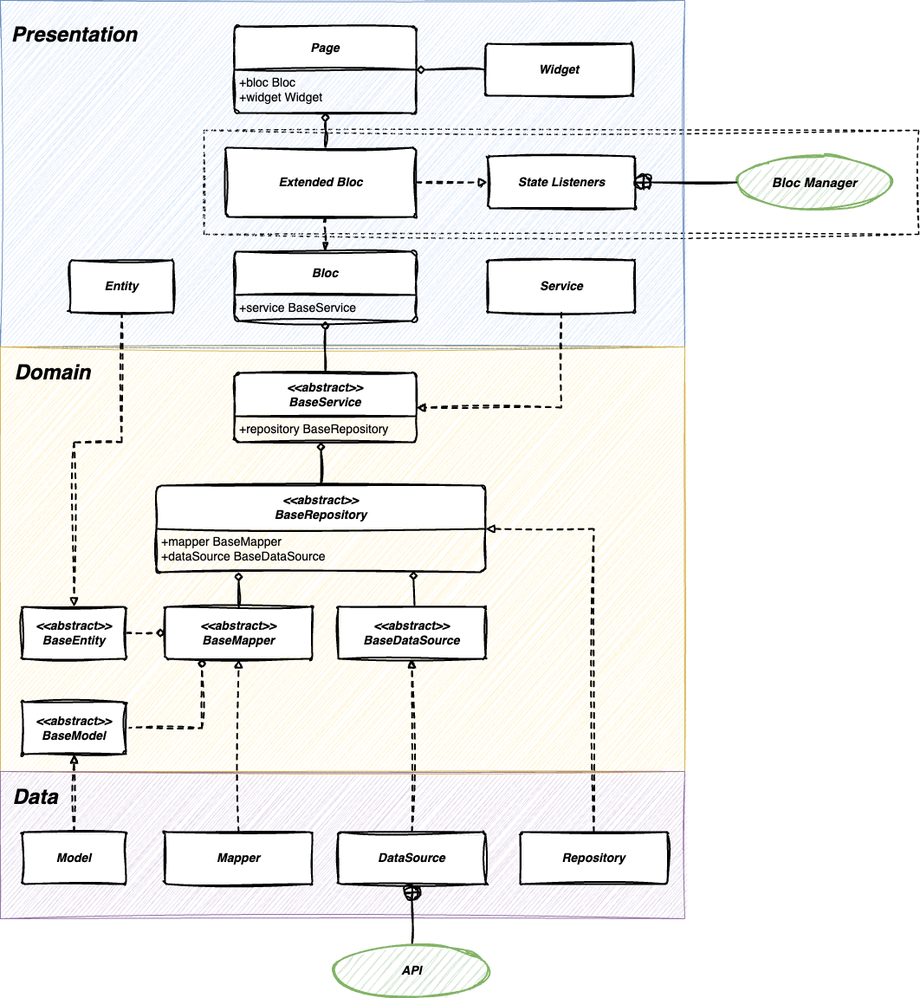
Earlier version of the draw.io export architecture.drawio.png (hamed-rezaee/flutter_component_architecture_poc). Source tidied: cells renumbered, new cells last; positions are measured from the earlier drawing's top-left corner, leaving out a move shared by most shapes.
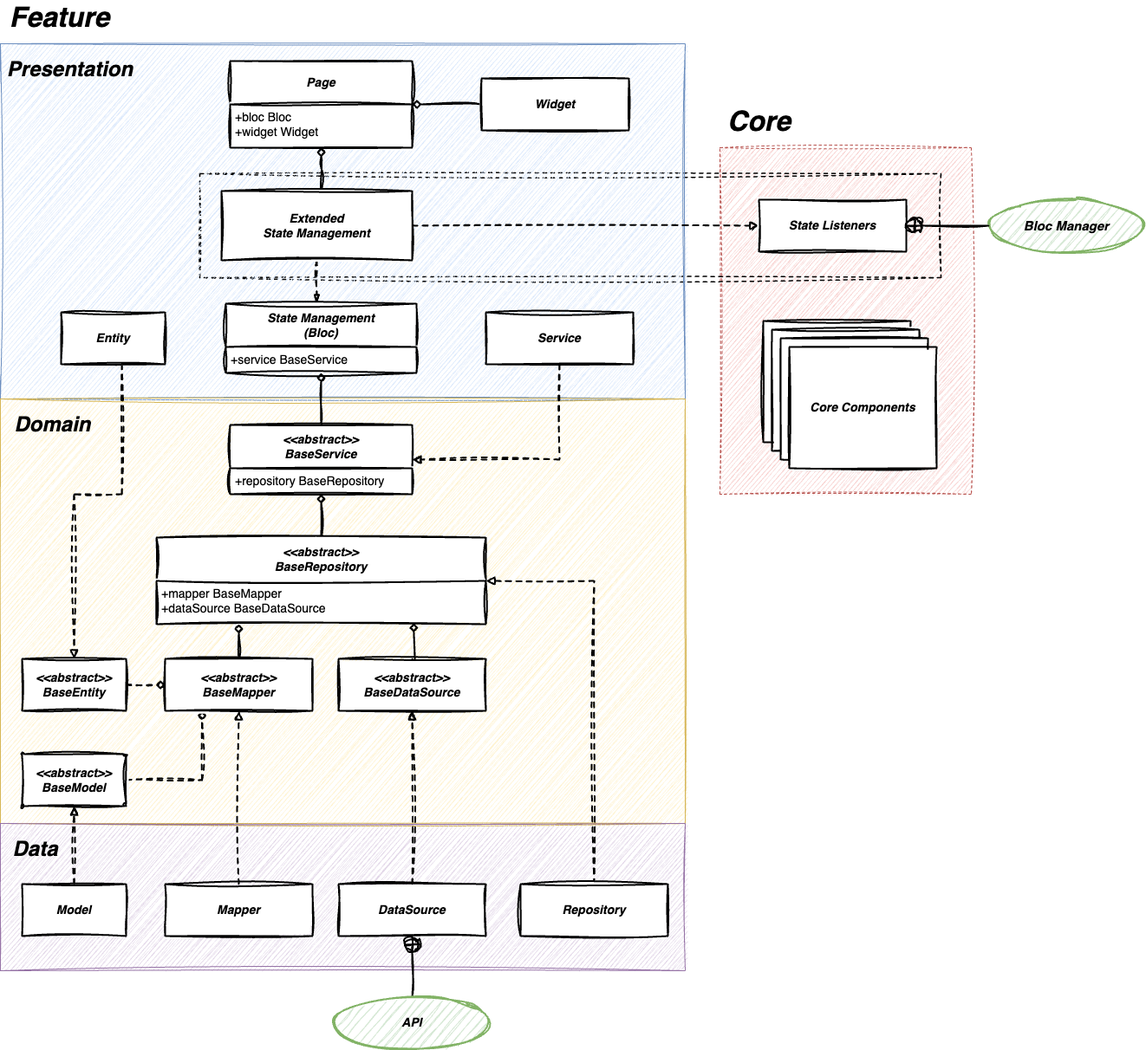
After the commit.

The edit, as a diff of the source:
```diff
@@ -4,7 +4,10 @@
     <mxCell id="1" parent="0" />
+    <mxCell id="50" style="rounded=0;whiteSpace=wrap;html=1;fillColor=#f8cecc;strokeColor=#b85450;sketch=1;curveFitting=1;jiggle=2;dashed=1;" parent="1" vertex="1">
+      <mxGeometry x="830" y="110" width="290" height="400" as="geometry" />
+    </mxCell>
     <mxCell id="2" style="rounded=0;whiteSpace=wrap;html=1;dashed=1;shadow=0;glass=0;fillColor=none;sketch=1;curveFitting=1;jiggle=2;strokeWidth=1.5;perimeterSpacing=1;strokeColor=#000000;" parent="1" vertex="1">
-      <mxGeometry x="235" y="150" width="825" height="120" as="geometry" />
+      <mxGeometry x="230" y="140" width="855" height="120" as="geometry" />
     </mxCell>
     <mxCell id="3" style="rounded=0;whiteSpace=wrap;html=1;fillColor=#dae8fc;strokeColor=#6c8ebf;sketch=1;curveFitting=1;jiggle=2;" parent="1" vertex="1">
-      <mxGeometry width="790" height="400" as="geometry" />
+      <mxGeometry y="-10" width="790" height="410" as="geometry" />
     </mxCell>
@@ -25,3 +28,3 @@
     </mxCell>
-    <mxCell id="9" value="&lt;b style=&quot;border-color: var(--border-color);&quot;&gt;&lt;i style=&quot;border-color: var(--border-color);&quot;&gt;&amp;lt;&amp;lt;abstract&amp;gt;&amp;gt;&lt;br&gt;&lt;/i&gt;&lt;/b&gt;&lt;b&gt;&lt;i&gt;&lt;font style=&quot;font-size: 14px;&quot;&gt;BaseEntity&lt;/font&gt;&lt;/i&gt;&lt;/b&gt;" style="rounded=1;whiteSpace=wrap;html=1;sketch=1;curveFitting=1;jiggle=2;fontSize=14;fontStyle=0;startSize=50;strokeWidth=2;shadow=0;dashed=0;arcSize=4;" parent="1" vertex="1">
+    <mxCell id="9" value="&lt;b style=&quot;border-color: var(--border-color);&quot;&gt;&lt;i style=&quot;border-color: var(--border-color);&quot;&gt;&amp;lt;&amp;lt;abstract&amp;gt;&amp;gt;&lt;br&gt;&lt;/i&gt;&lt;/b&gt;&lt;b&gt;&lt;i&gt;&lt;font style=&quot;font-size: 14px;&quot;&gt;BaseEntity&lt;/font&gt;&lt;/i&gt;&lt;/b&gt;" style="rounded=0;whiteSpace=wrap;html=1;sketch=1;curveFitting=1;jiggle=2;fontSize=14;fontStyle=0;startSize=50;strokeWidth=2;shadow=0;dashed=0;arcSize=4;" parent="1" vertex="1">
       <mxGeometry x="25" y="700" width="120" height="60" as="geometry" />
@@ -35,3 +38,3 @@
     </mxCell>
-    <mxCell id="11" value="&lt;b&gt;&lt;i&gt;&lt;font style=&quot;font-size: 14px;&quot;&gt;&amp;lt;&amp;lt;abstract&amp;gt;&amp;gt;&lt;br&gt;BaseMapper&lt;br&gt;&lt;/font&gt;&lt;/i&gt;&lt;/b&gt;" style="rounded=1;whiteSpace=wrap;html=1;sketch=1;curveFitting=1;jiggle=2;fontSize=14;fontStyle=0;startSize=50;strokeWidth=2;shadow=0;dashed=0;arcSize=4;" parent="1" vertex="1">
+    <mxCell id="11" value="&lt;b&gt;&lt;i&gt;&lt;font style=&quot;font-size: 14px;&quot;&gt;&amp;lt;&amp;lt;abstract&amp;gt;&amp;gt;&lt;br&gt;BaseMapper&lt;br&gt;&lt;/font&gt;&lt;/i&gt;&lt;/b&gt;" style="rounded=0;whiteSpace=wrap;html=1;sketch=1;curveFitting=1;jiggle=2;fontSize=14;fontStyle=0;startSize=50;strokeWidth=2;shadow=0;dashed=0;arcSize=4;" parent="1" vertex="1">
       <mxGeometry x="190" y="700" width="170" height="60" as="geometry" />
@@ -41,3 +44,3 @@
     </mxCell>
-    <mxCell id="13" value="&lt;b&gt;&lt;i&gt;&lt;font style=&quot;font-size: 14px;&quot;&gt;Mapper&lt;br&gt;&lt;/font&gt;&lt;/i&gt;&lt;/b&gt;" style="rounded=1;whiteSpace=wrap;html=1;sketch=1;curveFitting=1;jiggle=2;fontSize=14;fontStyle=0;startSize=50;strokeWidth=2;shadow=0;dashed=0;arcSize=4;" parent="1" vertex="1">
+    <mxCell id="13" value="&lt;b&gt;&lt;i&gt;&lt;font style=&quot;font-size: 14px;&quot;&gt;Mapper&lt;br&gt;&lt;/font&gt;&lt;/i&gt;&lt;/b&gt;" style="rounded=0;whiteSpace=wrap;html=1;sketch=1;curveFitting=1;jiggle=2;fontSize=14;fontStyle=0;startSize=50;strokeWidth=2;shadow=0;dashed=0;arcSize=4;" parent="1" vertex="1">
       <mxGeometry x="190" y="960" width="170" height="60" as="geometry" />
@@ -51,3 +54,3 @@
     </mxCell>
-    <mxCell id="15" value="&lt;b&gt;&lt;i&gt;&lt;font style=&quot;font-size: 14px;&quot;&gt;&amp;lt;&amp;lt;abstract&amp;gt;&amp;gt;&lt;br&gt;BaseDataSource&lt;br&gt;&lt;/font&gt;&lt;/i&gt;&lt;/b&gt;" style="rounded=1;whiteSpace=wrap;html=1;sketch=1;curveFitting=1;jiggle=2;fontSize=14;fontStyle=0;startSize=50;strokeWidth=2;shadow=0;dashed=0;arcSize=4;" parent="1" vertex="1">
+    <mxCell id="15" value="&lt;b&gt;&lt;i&gt;&lt;font style=&quot;font-size: 14px;&quot;&gt;&amp;lt;&amp;lt;abstract&amp;gt;&amp;gt;&lt;br&gt;BaseDataSource&lt;br&gt;&lt;/font&gt;&lt;/i&gt;&lt;/b&gt;" style="rounded=0;whiteSpace=wrap;html=1;sketch=1;curveFitting=1;jiggle=2;fontSize=14;fontStyle=0;startSize=50;strokeWidth=2;shadow=0;dashed=0;arcSize=4;" parent="1" vertex="1">
       <mxGeometry x="390" y="700" width="170" height="60" as="geometry" />
@@ -57,3 +60,3 @@
     </mxCell>
-    <mxCell id="17" value="&lt;b&gt;&lt;i&gt;&lt;font style=&quot;font-size: 14px;&quot;&gt;DataSource&lt;br&gt;&lt;/font&gt;&lt;/i&gt;&lt;/b&gt;" style="rounded=1;whiteSpace=wrap;html=1;sketch=1;curveFitting=1;jiggle=2;fontSize=14;fontStyle=0;startSize=50;strokeWidth=2;shadow=0;dashed=0;arcSize=4;" parent="1" vertex="1">
+    <mxCell id="17" value="&lt;b&gt;&lt;i&gt;&lt;font style=&quot;font-size: 14px;&quot;&gt;DataSource&lt;br&gt;&lt;/font&gt;&lt;/i&gt;&lt;/b&gt;" style="rounded=0;whiteSpace=wrap;html=1;sketch=1;curveFitting=1;jiggle=2;fontSize=14;fontStyle=0;startSize=50;strokeWidth=2;shadow=0;dashed=0;arcSize=4;" parent="1" vertex="1">
       <mxGeometry x="390" y="960" width="170" height="60" as="geometry" />
@@ -68,6 +71,6 @@
     </mxCell>
-    <mxCell id="19" value="&lt;b style=&quot;border-color: var(--border-color); font-size: 12px;&quot;&gt;&lt;i style=&quot;border-color: var(--border-color);&quot;&gt;&lt;font style=&quot;border-color: var(--border-color); font-size: 14px;&quot;&gt;&amp;lt;&amp;lt;abstract&amp;gt;&amp;gt;&lt;br style=&quot;border-color: var(--border-color);&quot;&gt;BaseRepository&lt;/font&gt;&lt;/i&gt;&lt;/b&gt;" style="swimlane;horizontal=1;startSize=50;rounded=1;fontSize=14;fontStyle=0;strokeWidth=2;shadow=0;dashed=0;align=center;arcSize=4;whiteSpace=wrap;html=1;fillStyle=auto;sketch=1;curveFitting=1;jiggle=2;" parent="1" vertex="1">
+    <mxCell id="19" value="&lt;b style=&quot;border-color: var(--border-color); font-size: 12px;&quot;&gt;&lt;i style=&quot;border-color: var(--border-color);&quot;&gt;&lt;font style=&quot;border-color: var(--border-color); font-size: 14px;&quot;&gt;&amp;lt;&amp;lt;abstract&amp;gt;&amp;gt;&lt;br style=&quot;border-color: var(--border-color);&quot;&gt;BaseRepository&lt;/font&gt;&lt;/i&gt;&lt;/b&gt;" style="swimlane;horizontal=1;startSize=50;rounded=0;fontSize=14;fontStyle=0;strokeWidth=2;shadow=0;dashed=0;align=center;arcSize=4;whiteSpace=wrap;html=1;fillStyle=auto;sketch=1;curveFitting=1;jiggle=2;swimlaneFillColor=default;swimlaneLine=1;glass=0;fontColor=default;strokeColor=default;fillColor=default;" parent="1" vertex="1">
       <mxGeometry x="180" y="560" width="380" height="100" as="geometry" />
     </mxCell>
-    <mxCell id="20" value="&lt;font style=&quot;font-size: 14px;&quot;&gt;+mapper BaseMapper&lt;br&gt;+dataSource BaseDataSource&lt;/font&gt;" style="align=left;strokeColor=none;fillColor=none;spacingLeft=4;fontSize=12;verticalAlign=top;html=1;sketch=1;curveFitting=1;jiggle=2;" parent="19" vertex="1">
+    <mxCell id="20" value="&lt;font style=&quot;font-size: 14px;&quot;&gt;+mapper BaseMapper&lt;br&gt;+dataSource BaseDataSource&lt;/font&gt;" style="align=left;strokeColor=none;fillColor=none;spacingLeft=4;fontSize=12;verticalAlign=top;html=1;sketch=1;curveFitting=1;jiggle=2;fontColor=default;labelBackgroundColor=none;" parent="19" vertex="1">
       <mxGeometry y="50" width="380" height="50" as="geometry" />
@@ -77,4 +80,4 @@
     </mxCell>
-    <mxCell id="22" value="&lt;b style=&quot;border-color: var(--border-color); font-size: 12px;&quot;&gt;&lt;i style=&quot;border-color: var(--border-color);&quot;&gt;&lt;font style=&quot;border-color: var(--border-color); font-size: 14px;&quot;&gt;&amp;lt;&amp;lt;abstract&amp;gt;&amp;gt;&lt;br style=&quot;border-color: var(--border-color);&quot;&gt;BaseService&lt;/font&gt;&lt;/i&gt;&lt;/b&gt;" style="swimlane;horizontal=1;startSize=50;rounded=1;fontSize=14;fontStyle=0;strokeWidth=2;shadow=0;dashed=0;align=center;arcSize=4;whiteSpace=wrap;html=1;sketch=1;curveFitting=1;jiggle=2;" parent="1" vertex="1">
-      <mxGeometry x="270" y="430" width="210" height="80" as="geometry" />
+    <mxCell id="22" value="&lt;b style=&quot;border-color: var(--border-color); font-size: 12px;&quot;&gt;&lt;i style=&quot;border-color: var(--border-color);&quot;&gt;&lt;font style=&quot;border-color: var(--border-color); font-size: 14px;&quot;&gt;&amp;lt;&amp;lt;abstract&amp;gt;&amp;gt;&lt;br style=&quot;border-color: var(--border-color);&quot;&gt;BaseService&lt;/font&gt;&lt;/i&gt;&lt;/b&gt;" style="swimlane;horizontal=1;startSize=50;rounded=0;fontSize=14;fontStyle=0;strokeWidth=2;shadow=0;dashed=0;align=center;arcSize=4;whiteSpace=wrap;html=1;sketch=1;curveFitting=1;jiggle=2;swimlaneFillColor=default;" parent="1" vertex="1">
+      <mxGeometry x="265" y="430" width="210" height="80" as="geometry" />
     </mxCell>
@@ -86,3 +89,3 @@
     </mxCell>
-    <mxCell id="25" value="&lt;b&gt;&lt;i&gt;&lt;font style=&quot;font-size: 14px;&quot;&gt;Repository&lt;br&gt;&lt;/font&gt;&lt;/i&gt;&lt;/b&gt;" style="rounded=1;whiteSpace=wrap;html=1;sketch=1;curveFitting=1;jiggle=2;fontSize=14;fontStyle=0;startSize=50;strokeWidth=2;shadow=0;dashed=0;arcSize=4;" parent="1" vertex="1">
+    <mxCell id="25" value="&lt;b&gt;&lt;i&gt;&lt;font style=&quot;font-size: 14px;&quot;&gt;Repository&lt;br&gt;&lt;/font&gt;&lt;/i&gt;&lt;/b&gt;" style="rounded=0;whiteSpace=wrap;html=1;sketch=1;curveFitting=1;jiggle=2;fontSize=14;fontStyle=0;startSize=50;strokeWidth=2;shadow=0;dashed=0;arcSize=4;" parent="1" vertex="1">
       <mxGeometry x="600" y="960" width="170" height="60" as="geometry" />
@@ -92,10 +95,10 @@
     </mxCell>
-    <mxCell id="27" value="&lt;b&gt;&lt;i&gt;&lt;font style=&quot;font-size: 14px;&quot;&gt;Service&lt;br&gt;&lt;/font&gt;&lt;/i&gt;&lt;/b&gt;" style="rounded=1;whiteSpace=wrap;html=1;sketch=1;curveFitting=1;jiggle=2;fontSize=14;fontStyle=0;startSize=50;strokeWidth=2;shadow=0;dashed=0;arcSize=4;" parent="1" vertex="1">
-      <mxGeometry x="562.5" y="300" width="170" height="60" as="geometry" />
+    <mxCell id="27" value="&lt;b&gt;&lt;i&gt;&lt;font style=&quot;font-size: 14px;&quot;&gt;Service&lt;br&gt;&lt;/font&gt;&lt;/i&gt;&lt;/b&gt;" style="rounded=0;whiteSpace=wrap;html=1;sketch=1;curveFitting=1;jiggle=2;fontSize=14;fontStyle=0;startSize=50;strokeWidth=2;shadow=0;dashed=0;arcSize=4;" parent="1" vertex="1">
+      <mxGeometry x="560" y="300" width="170" height="60" as="geometry" />
     </mxCell>
-    <mxCell id="28" value="&lt;b&gt;&lt;i&gt;Bloc&lt;/i&gt;&lt;/b&gt;" style="swimlane;horizontal=1;startSize=50;rounded=1;fontSize=14;fontStyle=0;strokeWidth=2;shadow=0;dashed=0;align=center;arcSize=4;whiteSpace=wrap;html=1;sketch=1;curveFitting=1;jiggle=2;" parent="1" vertex="1">
-      <mxGeometry x="270" y="290" width="210" height="80" as="geometry" />
+    <mxCell id="28" value="&lt;b&gt;&lt;i&gt;State&amp;nbsp;Management&lt;br&gt;(Bloc)&lt;br&gt;&lt;/i&gt;&lt;/b&gt;" style="swimlane;horizontal=1;startSize=50;rounded=0;fontSize=14;fontStyle=0;strokeWidth=2;shadow=0;dashed=0;align=center;arcSize=4;whiteSpace=wrap;html=1;sketch=1;curveFitting=1;jiggle=2;swimlaneFillColor=default;labelBorderColor=none;fillColor=default;" parent="1" vertex="1">
+      <mxGeometry x="260" y="290" width="220" height="80" as="geometry" />
     </mxCell>
     <mxCell id="29" value="&lt;font style=&quot;font-size: 14px;&quot;&gt;+service BaseService&lt;/font&gt;" style="align=left;strokeColor=none;fillColor=none;spacingLeft=4;fontSize=12;verticalAlign=top;html=1;sketch=1;curveFitting=1;jiggle=2;" parent="28" vertex="1">
-      <mxGeometry y="50" width="210" height="30" as="geometry" />
+      <mxGeometry y="50" width="220" height="30" as="geometry" />
     </mxCell>
@@ -104,7 +107,7 @@
     </mxCell>
-    <mxCell id="31" value="&lt;b&gt;&lt;i&gt;&lt;font style=&quot;font-size: 14px;&quot;&gt;Widget&lt;br&gt;&lt;/font&gt;&lt;/i&gt;&lt;/b&gt;" style="rounded=1;whiteSpace=wrap;html=1;sketch=1;curveFitting=1;jiggle=2;fontSize=14;fontStyle=0;startSize=50;strokeWidth=2;shadow=0;dashed=0;arcSize=4;" parent="1" vertex="1">
-      <mxGeometry x="560" y="50" width="170" height="60" as="geometry" />
+    <mxCell id="31" value="&lt;b&gt;&lt;i&gt;&lt;font style=&quot;font-size: 14px;&quot;&gt;Widget&lt;br&gt;&lt;/font&gt;&lt;/i&gt;&lt;/b&gt;" style="rounded=0;whiteSpace=wrap;html=1;sketch=1;curveFitting=1;jiggle=2;fontSize=14;fontStyle=0;startSize=50;strokeWidth=2;shadow=0;dashed=0;arcSize=4;" parent="1" vertex="1">
+      <mxGeometry x="555" y="30" width="170" height="60" as="geometry" />
     </mxCell>
-    <mxCell id="32" value="&lt;b&gt;&lt;i&gt;Page&lt;/i&gt;&lt;/b&gt;" style="swimlane;horizontal=1;startSize=50;rounded=1;fontSize=14;fontStyle=0;strokeWidth=2;shadow=0;dashed=0;align=center;arcSize=4;whiteSpace=wrap;html=1;sketch=1;curveFitting=1;jiggle=2;" parent="1" vertex="1">
-      <mxGeometry x="270" y="30" width="210" height="100" as="geometry" />
+    <mxCell id="32" value="&lt;b&gt;&lt;i&gt;Page&lt;/i&gt;&lt;/b&gt;" style="swimlane;horizontal=1;startSize=50;rounded=0;fontSize=14;fontStyle=0;strokeWidth=2;shadow=0;dashed=0;align=center;arcSize=4;whiteSpace=wrap;html=1;sketch=1;curveFitting=1;jiggle=2;swimlaneFillColor=default;" parent="1" vertex="1">
+      <mxGeometry x="265" y="10" width="210" height="100" as="geometry" />
     </mxCell>
@@ -114,3 +117,3 @@
     <mxCell id="34" value="Presentation" style="text;strokeColor=none;fillColor=none;html=1;fontSize=24;fontStyle=3;verticalAlign=middle;align=center;sketch=1;curveFitting=1;jiggle=2;" parent="1" vertex="1">
-      <mxGeometry x="5" y="20" width="160" height="40" as="geometry" />
+      <mxGeometry width="160" height="40" as="geometry" />
     </mxCell>
@@ -130,15 +133,18 @@
       <mxGeometry relative="1" as="geometry">
-        <mxPoint x="375" y="170" as="sourcePoint" />
+        <mxPoint x="370" y="160" as="sourcePoint" />
       </mxGeometry>
     </mxCell>
-    <mxCell id="40" style="edgeStyle=orthogonalEdgeStyle;rounded=0;jettySize=auto;html=1;exitX=0.5;exitY=1;exitDx=0;exitDy=0;entryX=0.5;entryY=0;entryDx=0;entryDy=0;endArrow=blockThin;endFill=1;sketch=1;curveFitting=1;jiggle=2;dashed=1;strokeWidth=2;" parent="1" edge="1" target="28">
+    <mxCell id="40" style="edgeStyle=orthogonalEdgeStyle;rounded=0;jettySize=auto;html=1;exitX=0.5;exitY=1;exitDx=0;exitDy=0;endArrow=blockThin;endFill=1;sketch=1;curveFitting=1;jiggle=2;dashed=1;strokeWidth=2;" parent="1" edge="1" source="41">
       <mxGeometry relative="1" as="geometry">
-        <mxPoint x="375" y="250" as="sourcePoint" />
+        <mxPoint x="365" y="290" as="targetPoint" />
+        <Array as="points">
+          <mxPoint x="365" y="290" />
+        </Array>
       </mxGeometry>
     </mxCell>
-    <mxCell id="41" value="&lt;span&gt;&lt;span&gt;&lt;font style=&quot;font-size: 14px;&quot;&gt;&lt;b&gt;&lt;i&gt;Extended Bloc&lt;/i&gt;&lt;/b&gt;&lt;br&gt;&lt;/font&gt;&lt;/span&gt;&lt;/span&gt;" style="rounded=1;whiteSpace=wrap;html=1;fontStyle=0;sketch=1;curveFitting=1;jiggle=2;fontSize=14;startSize=50;strokeWidth=2;shadow=0;dashed=0;arcSize=4;" parent="1" vertex="1">
-      <mxGeometry x="260" y="170" width="220" height="80" as="geometry" />
+    <mxCell id="41" value="&lt;span&gt;&lt;span&gt;&lt;font style=&quot;&quot;&gt;&lt;b style=&quot;font-size: 14px;&quot;&gt;&lt;i&gt;Extended&lt;br&gt;State&amp;nbsp;&lt;/i&gt;&lt;/b&gt;&lt;b&gt;&lt;i&gt;Management&lt;/i&gt;&lt;/b&gt;&lt;br&gt;&lt;/font&gt;&lt;/span&gt;&lt;/span&gt;" style="rounded=0;whiteSpace=wrap;html=1;fontStyle=0;sketch=1;curveFitting=1;jiggle=2;fontSize=14;startSize=50;strokeWidth=2;shadow=0;dashed=0;arcSize=4;" parent="1" vertex="1">
+      <mxGeometry x="255" y="160" width="220" height="80" as="geometry" />
     </mxCell>
     <mxCell id="42" value="&lt;font style=&quot;font-size: 15px;&quot;&gt;&lt;i&gt;Bloc Manager&lt;/i&gt;&lt;/font&gt;" style="ellipse;whiteSpace=wrap;html=1;fontStyle=1;fontSize=12;fillColor=#d5e8d4;strokeColor=#82b366;sketch=1;curveFitting=1;jiggle=2;strokeWidth=2;" parent="1" vertex="1">
-      <mxGeometry x="850" y="180" width="180" height="60" as="geometry" />
+      <mxGeometry x="1140" y="170" width="180" height="60" as="geometry" />
     </mxCell>
@@ -147,4 +153,4 @@
     </mxCell>
-    <mxCell id="44" value="&lt;b&gt;&lt;i&gt;&lt;font style=&quot;font-size: 14px;&quot;&gt;State Listeners&lt;br&gt;&lt;/font&gt;&lt;/i&gt;&lt;/b&gt;" style="rounded=1;whiteSpace=wrap;html=1;sketch=1;curveFitting=1;jiggle=2;fontSize=14;fontStyle=0;startSize=50;strokeWidth=2;shadow=0;dashed=0;arcSize=4;" parent="1" vertex="1">
-      <mxGeometry x="562.5" y="180" width="170" height="60" as="geometry" />
+    <mxCell id="44" value="&lt;b&gt;&lt;i&gt;&lt;font style=&quot;font-size: 14px;&quot;&gt;State Listeners&lt;br&gt;&lt;/font&gt;&lt;/i&gt;&lt;/b&gt;" style="rounded=0;whiteSpace=wrap;html=1;sketch=1;curveFitting=1;jiggle=2;fontSize=14;fontStyle=0;startSize=50;strokeWidth=2;shadow=0;dashed=0;arcSize=4;" parent="1" vertex="1">
+      <mxGeometry x="875" y="170" width="170" height="60" as="geometry" />
     </mxCell>
@@ -156,3 +162,3 @@
     </mxCell>
-    <mxCell id="47" value="&lt;b&gt;&lt;i&gt;&lt;font style=&quot;font-size: 14px;&quot;&gt;Model&lt;/font&gt;&lt;/i&gt;&lt;/b&gt;" style="rounded=1;whiteSpace=wrap;html=1;sketch=1;curveFitting=1;jiggle=2;fontSize=14;fontStyle=0;startSize=50;strokeWidth=2;shadow=0;dashed=0;arcSize=4;" parent="1" vertex="1">
+    <mxCell id="47" value="&lt;b&gt;&lt;i&gt;&lt;font style=&quot;font-size: 14px;&quot;&gt;Model&lt;/font&gt;&lt;/i&gt;&lt;/b&gt;" style="rounded=0;whiteSpace=wrap;html=1;sketch=1;curveFitting=1;jiggle=2;fontSize=14;fontStyle=0;startSize=50;strokeWidth=2;shadow=0;dashed=0;arcSize=4;" parent="1" vertex="1">
       <mxGeometry x="25" y="960" width="120" height="60" as="geometry" />
@@ -167,5 +173,23 @@
     </mxCell>
-    <mxCell id="49" value="&lt;b&gt;&lt;i&gt;&lt;font style=&quot;font-size: 14px;&quot;&gt;Entity&lt;br&gt;&lt;/font&gt;&lt;/i&gt;&lt;/b&gt;" style="rounded=1;whiteSpace=wrap;html=1;sketch=1;curveFitting=1;jiggle=2;fontSize=14;fontStyle=0;startSize=50;strokeWidth=2;shadow=0;dashed=0;arcSize=4;" parent="1" vertex="1">
-      <mxGeometry x="80" y="300" width="120" height="60" as="geometry" />
+    <mxCell id="49" value="&lt;b&gt;&lt;i&gt;&lt;font style=&quot;font-size: 14px;&quot;&gt;Entity&lt;br&gt;&lt;/font&gt;&lt;/i&gt;&lt;/b&gt;" style="rounded=0;whiteSpace=wrap;html=1;sketch=1;curveFitting=1;jiggle=2;fontSize=14;fontStyle=0;startSize=50;strokeWidth=2;shadow=0;dashed=0;arcSize=4;" parent="1" vertex="1">
+      <mxGeometry x="70" y="300" width="120" height="60" as="geometry" />
     </mxCell>
+    <mxCell id="51" value="&lt;font style=&quot;font-size: 32px;&quot;&gt;Core&lt;/font&gt;" style="text;strokeColor=none;fillColor=none;html=1;fontSize=24;fontStyle=3;verticalAlign=middle;align=center;sketch=1;curveFitting=1;jiggle=2;" parent="1" vertex="1">
+      <mxGeometry x="840" y="60" width="70" height="40" as="geometry" />
+    </mxCell>
+    <mxCell id="52" value="&lt;b&gt;&lt;i&gt;&lt;font style=&quot;font-size: 14px;&quot;&gt;Other&lt;br&gt;Core Components&lt;br&gt;&lt;/font&gt;&lt;/i&gt;&lt;/b&gt;" style="rounded=0;whiteSpace=wrap;html=1;sketch=1;curveFitting=1;jiggle=2;fontSize=14;fontStyle=0;startSize=50;strokeWidth=2;shadow=0;dashed=0;arcSize=4;" parent="1" vertex="1">
+      <mxGeometry x="880" y="310" width="170" height="140" as="geometry" />
+    </mxCell>
+    <mxCell id="53" value="&lt;b&gt;&lt;i&gt;&lt;font style=&quot;font-size: 14px;&quot;&gt;Other&lt;br&gt;Core Components&lt;br&gt;&lt;/font&gt;&lt;/i&gt;&lt;/b&gt;" style="rounded=0;whiteSpace=wrap;html=1;sketch=1;curveFitting=1;jiggle=2;fontSize=14;fontStyle=0;startSize=50;strokeWidth=2;shadow=0;dashed=0;arcSize=4;" parent="1" vertex="1">
+      <mxGeometry x="890" y="320" width="170" height="140" as="geometry" />
+    </mxCell>
+    <mxCell id="54" value="&lt;b&gt;&lt;i&gt;&lt;font style=&quot;font-size: 14px;&quot;&gt;Other&lt;br&gt;Core Components&lt;br&gt;&lt;/font&gt;&lt;/i&gt;&lt;/b&gt;" style="rounded=0;whiteSpace=wrap;html=1;sketch=1;curveFitting=1;jiggle=2;fontSize=14;fontStyle=0;startSize=50;strokeWidth=2;shadow=0;dashed=0;arcSize=4;" parent="1" vertex="1">
+      <mxGeometry x="900" y="330" width="170" height="140" as="geometry" />
+    </mxCell>
+    <mxCell id="55" value="&lt;b&gt;&lt;i&gt;&lt;font style=&quot;font-size: 14px;&quot;&gt;Core Components&lt;br&gt;&lt;/font&gt;&lt;/i&gt;&lt;/b&gt;" style="rounded=0;whiteSpace=wrap;html=1;sketch=1;curveFitting=1;jiggle=2;fontSize=14;fontStyle=0;startSize=50;strokeWidth=2;shadow=0;dashed=0;arcSize=4;" parent="1" vertex="1">
+      <mxGeometry x="910" y="340" width="170" height="140" as="geometry" />
+    </mxCell>
+    <mxCell id="56" value="&lt;font style=&quot;font-size: 32px;&quot;&gt;Feature&lt;/font&gt;" style="text;strokeColor=none;fillColor=none;html=1;fontSize=24;fontStyle=3;verticalAlign=middle;align=center;sketch=1;curveFitting=1;jiggle=2;" parent="1" vertex="1">
+      <mxGeometry x="10" y="-60" width="115" height="40" as="geometry" />
+    </mxCell>
   </root>
```
